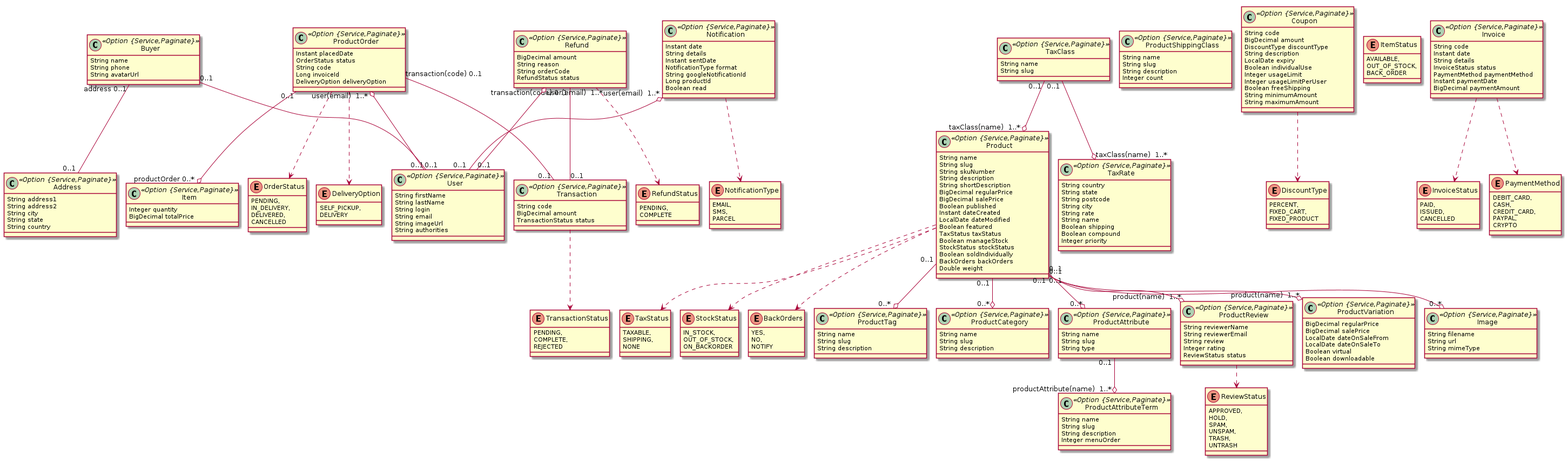
Earlier version of the PlantUML export ecommerce.png (kevintanhongann/jhipster-jdl-collection).
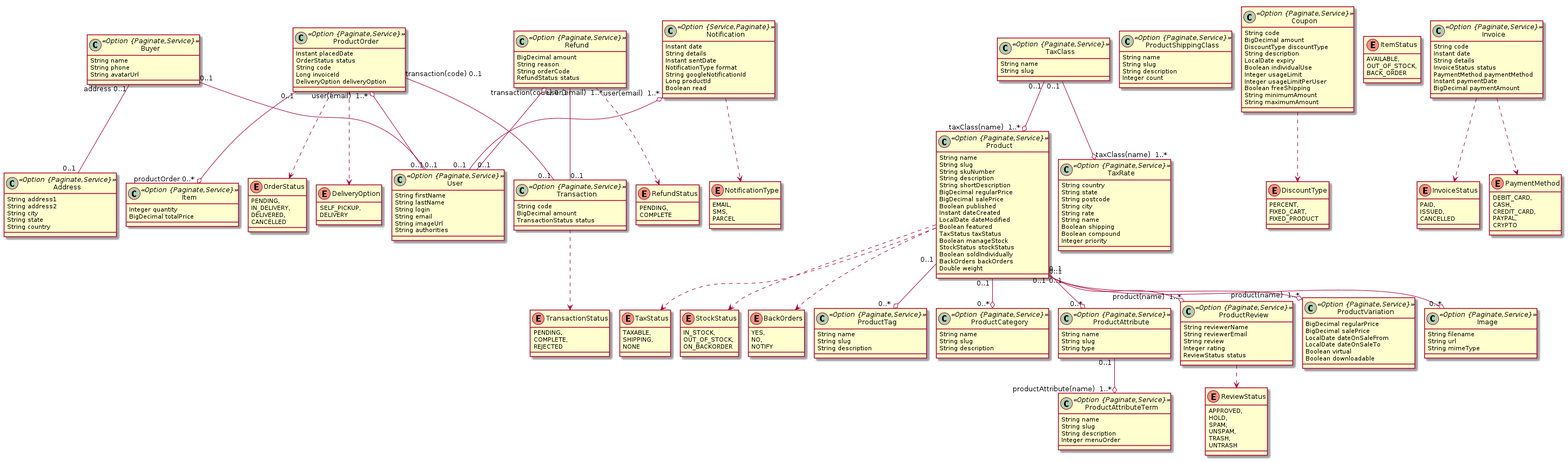
The same file after the commit.

Commit message:
corrected jdl

Diff of the diagram source:
```diff
@@ -1,12 +1,12 @@
 @startuml
 	!pragma layout smetana
 	!pragma syntax class
-	class Buyer <<Option {Service,Paginate}>> {
+	class Buyer <<Option {Paginate,Service}>> {
 		String name
 		String phone
 		String avatarUrl
 	}
-	class Product <<Option {Service,Paginate}>> {
+	class Product <<Option {Paginate,Service}>> {
 		String name
 		String slug
 		String skuNumber
@@ -28,7 +28,7 @@
 	Product ..> TaxStatus
 	Product ..> StockStatus
 	Product ..> BackOrders
-	class ProductTag <<Option {Service,Paginate}>> {
+	class ProductTag <<Option {Paginate,Service}>> {
 		String name
 		String slug
 		String description
@@ -48,23 +48,23 @@
 		SHIPPING,
 		NONE
 	}
-	class ProductCategory <<Option {Service,Paginate}>> {
+	class ProductCategory <<Option {Paginate,Service}>> {
 		String name
 		String slug
 		String description
 	}
-	class ProductAttribute <<Option {Service,Paginate}>> {
+	class ProductAttribute <<Option {Paginate,Service}>> {
 		String name
 		String slug
 		String type
 	}
-	class ProductAttributeTerm <<Option {Service,Paginate}>> {
+	class ProductAttributeTerm <<Option {Paginate,Service}>> {
 		String name
 		String slug
 		String description
 		Integer menuOrder
 	}
-	class ProductReview <<Option {Service,Paginate}>> {
+	class ProductReview <<Option {Paginate,Service}>> {
 		String reviewerName
 		String reviewerEmail
 		String review
@@ -80,7 +80,7 @@
 		TRASH,
 		UNTRASH
 	}
-	class ProductVariation <<Option {Service,Paginate}>> {
+	class ProductVariation <<Option {Paginate,Service}>> {
 		BigDecimal regularPrice
 		BigDecimal salePrice
 		LocalDate dateOnSaleFrom
@@ -88,13 +88,13 @@
 		Boolean virtual
 		Boolean downloadable
 	}
-	class ProductShippingClass <<Option {Service,Paginate}>> {
+	class ProductShippingClass <<Option {Paginate,Service}>> {
 		String name
 		String slug
 		String description
 		Integer count
 	}
-	class Coupon <<Option {Service,Paginate}>> {
+	class Coupon <<Option {Paginate,Service}>> {
 		String code
 		BigDecimal amount
 		DiscountType discountType
@@ -113,7 +113,7 @@
 		FIXED_CART,
 		FIXED_PRODUCT
 	}
-	class Item <<Option {Service,Paginate}>> {
+	class Item <<Option {Paginate,Service}>> {
 		Integer quantity
 		BigDecimal totalPrice
 	}
@@ -122,7 +122,7 @@
 		OUT_OF_STOCK,
 		BACK_ORDER
 	}
-	class ProductOrder <<Option {Service,Paginate}>> {
+	class ProductOrder <<Option {Paginate,Service}>> {
 		Instant placedDate
 		OrderStatus status
 		String code
@@ -131,7 +131,7 @@
 	}
 	ProductOrder ..> OrderStatus
 	ProductOrder ..> DeliveryOption
-	class Address <<Option {Service,Paginate}>> {
+	class Address <<Option {Paginate,Service}>> {
 		String address1
 		String address2
 		String city
@@ -153,7 +153,7 @@
 		SMS,
 		PARCEL
 	}
-	class Invoice <<Option {Service,Paginate}>> {
+	class Invoice <<Option {Paginate,Service}>> {
 		String code
 		Instant date
 		String details
@@ -164,13 +164,13 @@
 	}
 	Invoice ..> InvoiceStatus
 	Invoice ..> PaymentMethod
-	class Transaction <<Option {Service,Paginate}>> {
+	class Transaction <<Option {Paginate,Service}>> {
 		String code
 		BigDecimal amount
 		TransactionStatus status
 	}
 	Transaction ..> TransactionStatus
-	class TaxRate <<Option {Service,Paginate}>> {
+	class TaxRate <<Option {Paginate,Service}>> {
 		String country
 		String state
 		String postcode
@@ -181,11 +181,11 @@
 		Boolean compound
 		Integer priority
 	}
-	class TaxClass <<Option {Service,Paginate}>> {
+	class TaxClass <<Option {Paginate,Service}>> {
 		String name
 		String slug
 	}
-	class Refund <<Option {Service,Paginate}>> {
+	class Refund <<Option {Paginate,Service}>> {
 		BigDecimal amount
 		String reason
 		String orderCode
@@ -237,7 +237,7 @@
 	Product  "0..1 " --o "0..* "  ProductCategory
 	Product  "0..1 " --o "0..* "  Image
 	Product  "0..1 " --o "product(name)  1..* "  ProductReview
-	class Image <<Option {Service,Paginate}>> {
+	class Image <<Option {Paginate,Service}>> {
 		String filename
 		String url
 		String mimeType
@@ -245,7 +245,7 @@
 	Notification  "user(email)  1..* " o-- "0..1 "  User
 	ProductOrder  "user(email)  1..* " o-- "0..1 "  User
 	Refund  "user(email)  1..* " o-- "0..1 "  User
-	class User <<Option {Service,Paginate}>> {
+	class User <<Option {Paginate,Service}>> {
 		String firstName
 		String lastName
 		String login
```
